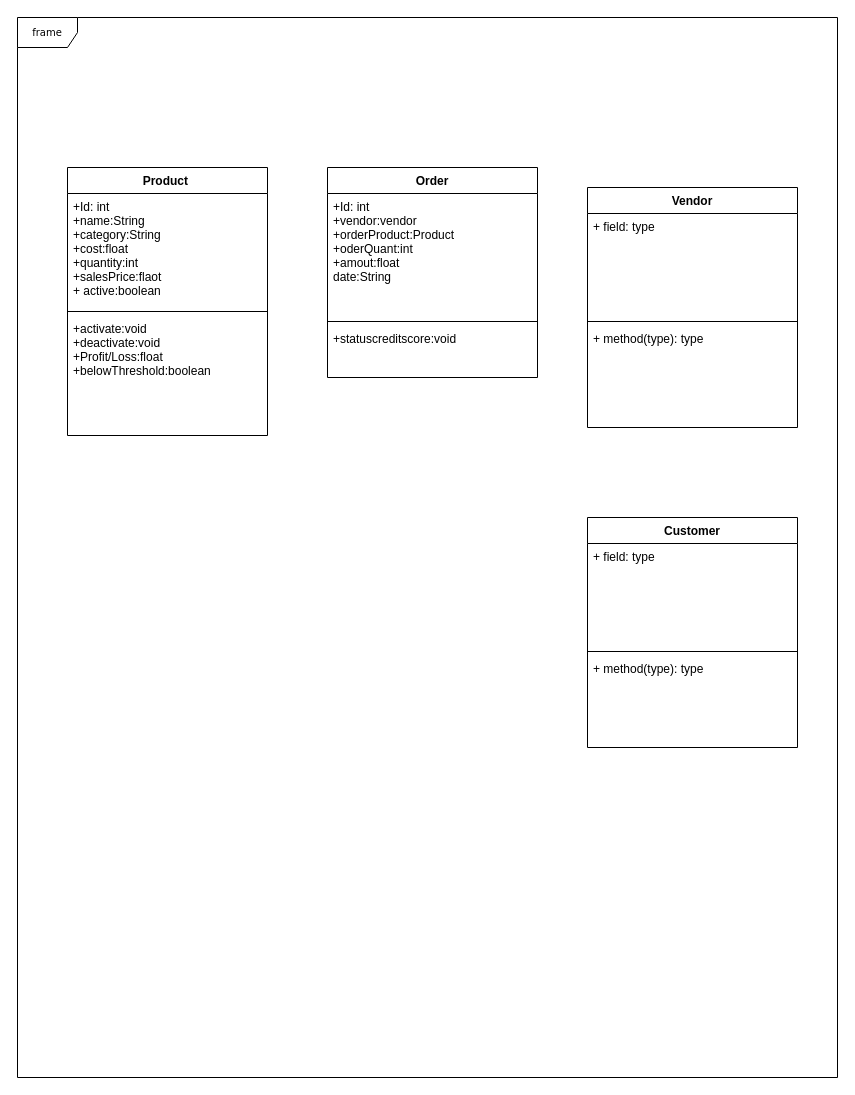
Earlier version of the draw.io diagram Untitled Diagram.drawio (bhiogade/new-one). Source tidied: cells renumbered, new cells numbered last; positions are measured from the earlier drawing's top-left corner, leaving out a move shared by most shapes. Both pictures are drawn from the tidied source at 100%, with x=0, y=0 at pixel (17, 17).
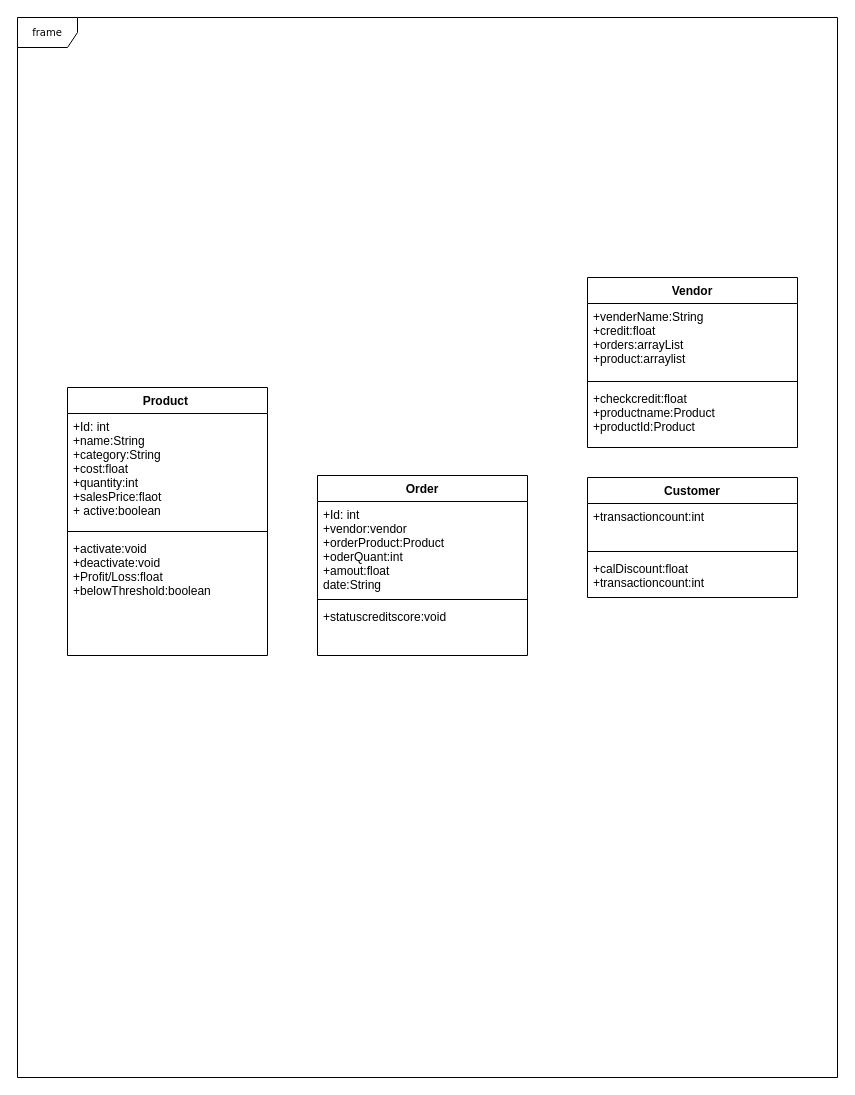
The same page after the edit.

What changed in the source:
```diff
@@
 <mxGraphModel background="#ffffff">
   <root>
     <mxCell id="0" />
     <mxCell id="1" parent="0" />
     <mxCell id="2" value="frame" style="shape=umlFrame;whiteSpace=wrap;html=1;rounded=0;shadow=0;comic=0;labelBackgroundColor=none;strokeWidth=1;fontFamily=Verdana;fontSize=10;align=center;" parent="1" vertex="1">
       <mxGeometry width="820" height="1060" as="geometry" />
     </mxCell>
     <mxCell id="3" value="Product " style="swimlane;fontStyle=1;align=center;verticalAlign=top;horizontal=1;startSize=26;fillColor=none;gradientColor=none;" parent="1" vertex="1">
-      <mxGeometry x="50" y="150" width="200" height="268" as="geometry" />
+      <mxGeometry x="50" y="370" width="200" height="268" as="geometry" />
     </mxCell>
     <mxCell id="4" value="+Id: int&#10;+name:String&#10;+category:String&#10;+cost:float&#10;+quantity:int&#10;+salesPrice:flaot&#10;+ active:boolean" style="text;strokeColor=none;fillColor=none;align=left;verticalAlign=top;spacingLeft=4;spacingRight=4;overflow=hidden;" parent="3" vertex="1">
       <mxGeometry y="26" width="200" height="114" as="geometry" />
     </mxCell>
     <mxCell id="5" style="line;strokeWidth=1;fillColor=none;align=left;verticalAlign=middle;spacingTop=-1;spacingLeft=3;spacingRight=3;labelPosition=right;" parent="3" vertex="1">
       <mxGeometry y="140" width="200" height="8" as="geometry" />
     </mxCell>
     <mxCell id="6" value="+activate:void&#10;+deactivate:void&#10;+Profit/Loss:float&#10;+belowThreshold:boolean" style="text;strokeColor=none;fillColor=none;align=left;verticalAlign=top;spacingLeft=4;spacingRight=4;overflow=hidden;" parent="3" vertex="1">
       <mxGeometry y="148" width="200" height="120" as="geometry" />
     </mxCell>
     <mxCell id="7" value="Order" style="swimlane;fontStyle=1;align=center;verticalAlign=top;horizontal=1;startSize=26;fillColor=none;gradientColor=none;" parent="1" vertex="1">
-      <mxGeometry x="310" y="150" width="210" height="210" as="geometry" />
+      <mxGeometry x="300" y="458" width="210" height="180" as="geometry" />
     </mxCell>
     <mxCell id="8" value="+Id: int&#10;+vendor:vendor&#10;+orderProduct:Product&#10;+oderQuant:int&#10;+amout:float&#10;date:String" style="text;strokeColor=none;fillColor=none;align=left;verticalAlign=top;spacingLeft=4;spacingRight=4;overflow=hidden;" parent="7" vertex="1">
-      <mxGeometry y="26" width="210" height="124" as="geometry" />
+      <mxGeometry y="26" width="210" height="94" as="geometry" />
     </mxCell>
     <mxCell id="9" style="line;strokeWidth=1;fillColor=none;align=left;verticalAlign=middle;spacingTop=-1;spacingLeft=3;spacingRight=3;labelPosition=right;" parent="7" vertex="1">
-      <mxGeometry y="150" width="210" height="8" as="geometry" />
+      <mxGeometry y="120" width="210" height="8" as="geometry" />
     </mxCell>
     <mxCell id="10" value="+statuscreditscore:void" style="text;strokeColor=none;fillColor=none;align=left;verticalAlign=top;spacingLeft=4;spacingRight=4;overflow=hidden;" parent="7" vertex="1">
-      <mxGeometry y="158" width="210" height="52" as="geometry" />
+      <mxGeometry y="128" width="210" height="52" as="geometry" />
     </mxCell>
     <mxCell id="11" value="Vendor" style="swimlane;fontStyle=1;align=center;verticalAlign=top;horizontal=1;startSize=26;fillColor=none;gradientColor=none;" parent="1" vertex="1">
-      <mxGeometry x="570" y="170" width="210" height="240" as="geometry" />
+      <mxGeometry x="570" y="260" width="210" height="170" as="geometry" />
     </mxCell>
-    <mxCell id="12" value="+ field: type" style="text;strokeColor=none;fillColor=none;align=left;verticalAlign=top;spacingLeft=4;spacingRight=4;overflow=hidden;" parent="11" vertex="1">
-      <mxGeometry y="26" width="210" height="104" as="geometry" />
+    <mxCell id="12" value="+venderName:String&#10;+credit:float&#10;+orders:arrayList&#10;+product:arraylist" style="text;strokeColor=none;fillColor=none;align=left;verticalAlign=top;spacingLeft=4;spacingRight=4;overflow=hidden;" parent="11" vertex="1">
+      <mxGeometry y="26" width="210" height="74" as="geometry" />
     </mxCell>
     <mxCell id="13" style="line;strokeWidth=1;fillColor=none;align=left;verticalAlign=middle;spacingTop=-1;spacingLeft=3;spacingRight=3;labelPosition=right;" parent="11" vertex="1">
-      <mxGeometry y="130" width="210" height="8" as="geometry" />
+      <mxGeometry y="100" width="210" height="8" as="geometry" />
     </mxCell>
-    <mxCell id="14" value="+ method(type): type" style="text;strokeColor=none;fillColor=none;align=left;verticalAlign=top;spacingLeft=4;spacingRight=4;overflow=hidden;" parent="11" vertex="1">
-      <mxGeometry y="138" width="210" height="102" as="geometry" />
+    <mxCell id="14" value="+checkcredit:float&#10;+productname:Product&#10;+productId:Product" style="text;strokeColor=none;fillColor=none;align=left;verticalAlign=top;spacingLeft=4;spacingRight=4;overflow=hidden;" parent="11" vertex="1">
+      <mxGeometry y="108" width="210" height="62" as="geometry" />
     </mxCell>
     <mxCell id="15" value="Customer" style="swimlane;fontStyle=1;align=center;verticalAlign=top;horizontal=1;startSize=26;fillColor=none;gradientColor=none;" parent="1" vertex="1">
-      <mxGeometry x="570" y="500" width="210" height="230" as="geometry" />
+      <mxGeometry x="570" y="460" width="210" height="120" as="geometry" />
     </mxCell>
-    <mxCell id="16" value="+ field: type" style="text;strokeColor=none;fillColor=none;align=left;verticalAlign=top;spacingLeft=4;spacingRight=4;overflow=hidden;" parent="15" vertex="1">
-      <mxGeometry y="26" width="210" height="104" as="geometry" />
+    <mxCell id="16" value="+transactioncount:int" style="text;strokeColor=none;fillColor=none;align=left;verticalAlign=top;spacingLeft=4;spacingRight=4;overflow=hidden;" parent="15" vertex="1">
+      <mxGeometry y="26" width="210" height="44" as="geometry" />
     </mxCell>
     <mxCell id="17" style="line;strokeWidth=1;fillColor=none;align=left;verticalAlign=middle;spacingTop=-1;spacingLeft=3;spacingRight=3;labelPosition=right;" parent="15" vertex="1">
-      <mxGeometry y="130" width="210" height="8" as="geometry" />
+      <mxGeometry y="70" width="210" height="8" as="geometry" />
     </mxCell>
-    <mxCell id="18" value="+ method(type): type" style="text;strokeColor=none;fillColor=none;align=left;verticalAlign=top;spacingLeft=4;spacingRight=4;overflow=hidden;" parent="15" vertex="1">
-      <mxGeometry y="138" width="210" height="92" as="geometry" />
+    <mxCell id="18" value="+calDiscount:float&#10;+transactioncount:int" style="text;strokeColor=none;fillColor=none;align=left;verticalAlign=top;spacingLeft=4;spacingRight=4;overflow=hidden;" parent="15" vertex="1">
+      <mxGeometry y="78" width="210" height="42" as="geometry" />
     </mxCell>
   </root>
 </mxGraphModel>
```
